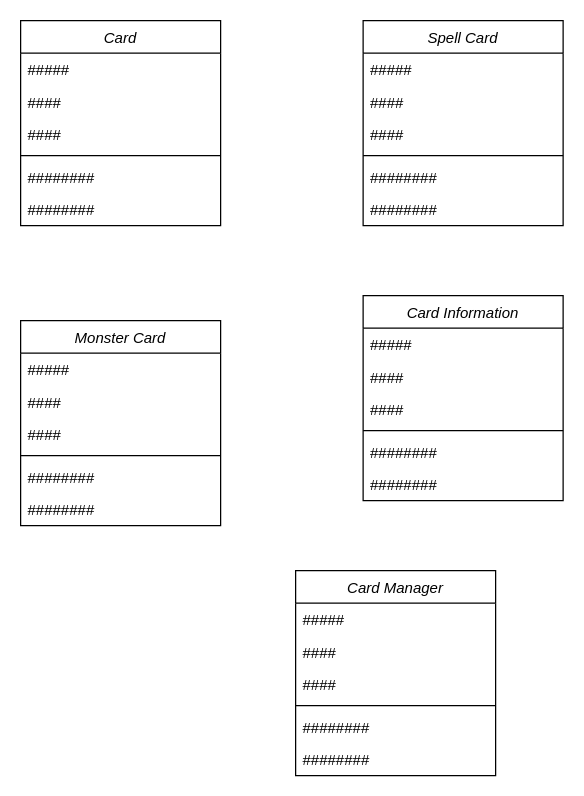
Earlier version of the draw.io diagram page "Card" (7 of 11) of Untitled Diagram.drawio (HanhND2/assignment-03-class-sequence-diagram-). Source tidied: cells renumbered, new cells numbered last; positions are measured from the earlier drawing's top-left corner, leaving out a move shared by most shapes. Both pictures are drawn from the tidied source at 125%, with x=0, y=0 at pixel (20, 20).
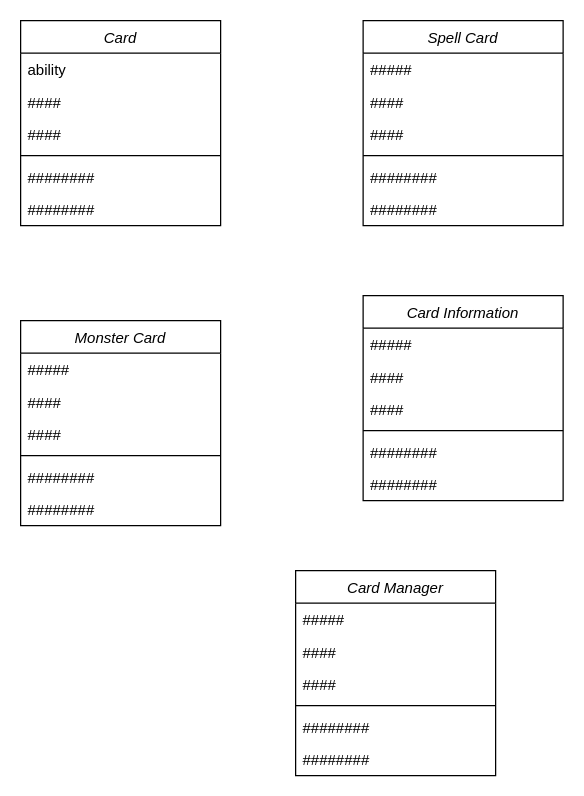
The same diagram, later.

The change refers to these unchanged cells:
```xml
<mxCell id="2" value="Card" style="swimlane;fontStyle=2;align=center;verticalAlign=top;horizontal=1;startSize=26;rounded=0;shadow=0;strokeWidth=1;" parent="1" vertex="1">
  <mxGeometry width="160" height="164" as="geometry" />
</mxCell>
```

Diff of the diagram source:
```diff
@@
-    <mxCell id="3" value="#####" style="text;align=left;verticalAlign=top;spacingLeft=4;spacingRight=4;overflow=hidden;" parent="2" vertex="1">
+    <mxCell id="3" value="ability" style="text;align=left;verticalAlign=top;spacingLeft=4;spacingRight=4;overflow=hidden;" parent="2" vertex="1">
       <mxGeometry y="26" width="160" height="26" as="geometry" />
     </mxCell>
```
